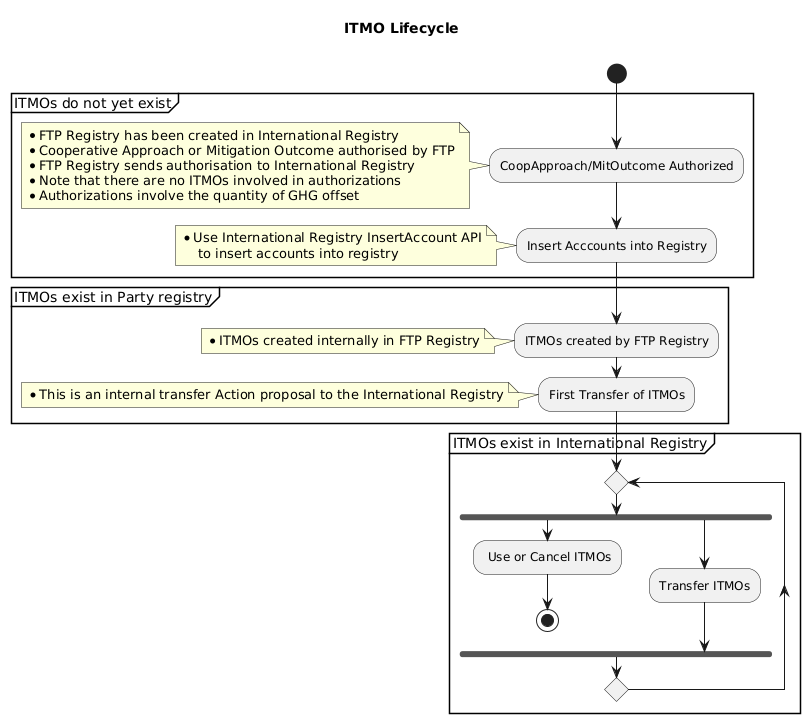
The PlantUML diagram diagrams/ITMO Lifecycle Activity.png in frankcnng/CARP, before a commit.
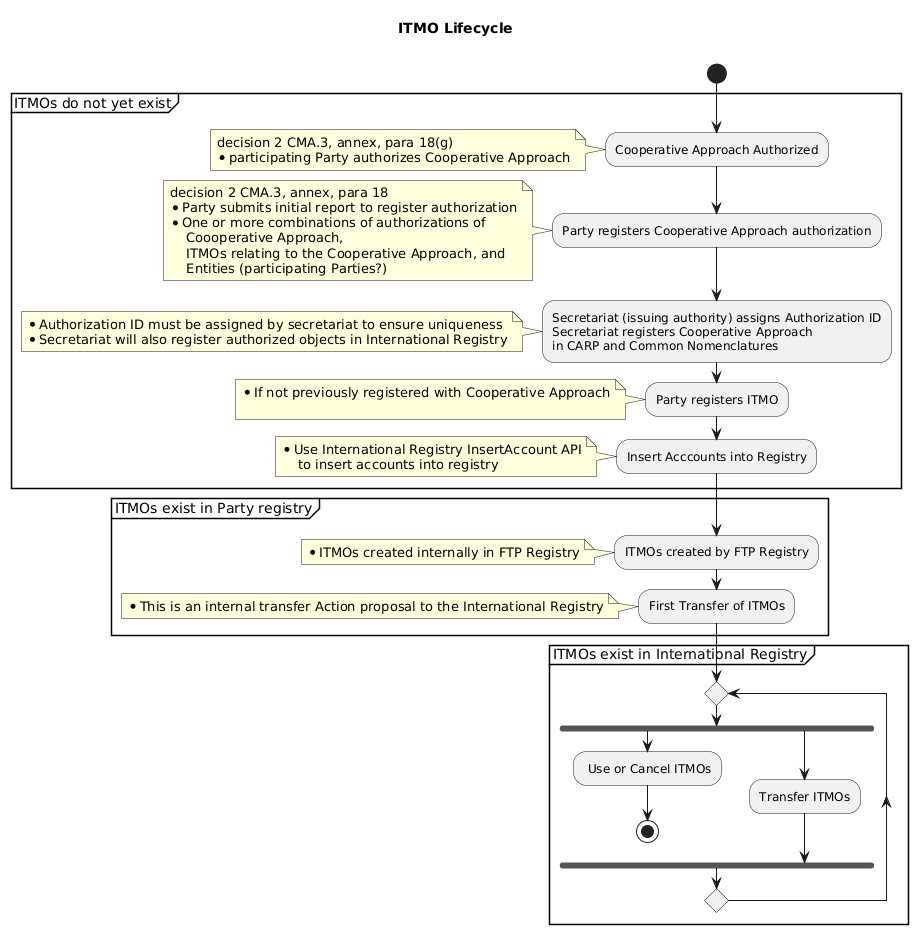
Later version of the same file.

Commit message:
Commit from GitHub Actions (Run linters and build artifacts)

Diff of the diagram source:
```diff
@@ -6,14 +6,35 @@
 
 partition ITMOs do not yet exist {
 
-    :CoopApproach/MitOutcome Authorized;
+    :Cooperative Approach Authorized;
+      note left
+        decision 2 CMA.3, annex, para 18(g)
+        * participating Party authorizes Cooperative Approach
+      end note
+
+    :Party registers Cooperative Approach authorization;
+      note left
+        decision 2 CMA.3, annex, para 18
+        * Party submits initial report to register authorization
+        * One or more combinations of authorizations of
+            Coooperative Approach,
+            ITMOs relating to the Cooperative Approach, and
+            Entities (participating Parties?)
+      end note
+
+    :Secretariat (issuing authority) assigns Authorization ID
+    Secretariat registers Cooperative Approach
+    in CARP and Common Nomenclatures;
+      note left
+        * Authorization ID must be assigned by secretariat to ensure uniqueness
+        * Secretariat will also register authorized objects in International Registry
+      end note
+
+    :Party registers ITMO;
 
     note left
-        * FTP Registry has been created in International Registry
-        * Cooperative Approach or Mitigation Outcome authorised by FTP
-        * FTP Registry sends authorisation to International Registry
-        * Note that there are no ITMOs involved in authorizations
-        * Authorizations involve the quantity of GHG offset
+        * If not previously registered with Cooperative Approach
+
     end note
 
     :Insert Acccounts into Registry;
```
